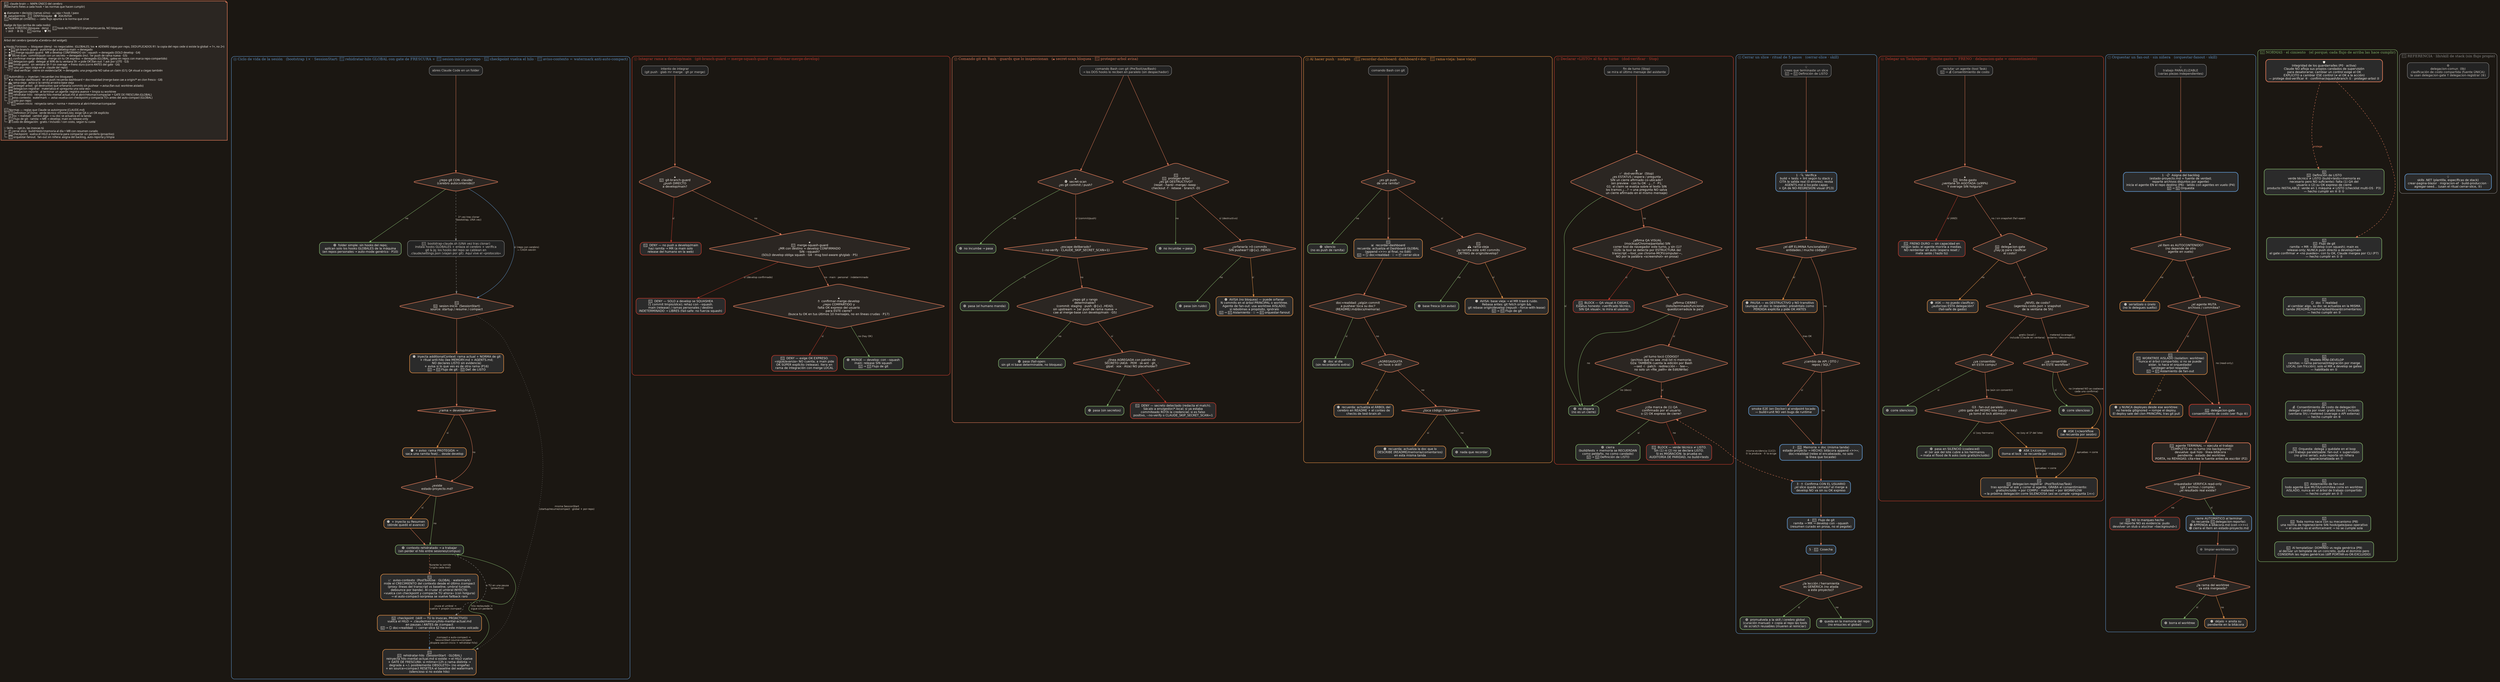
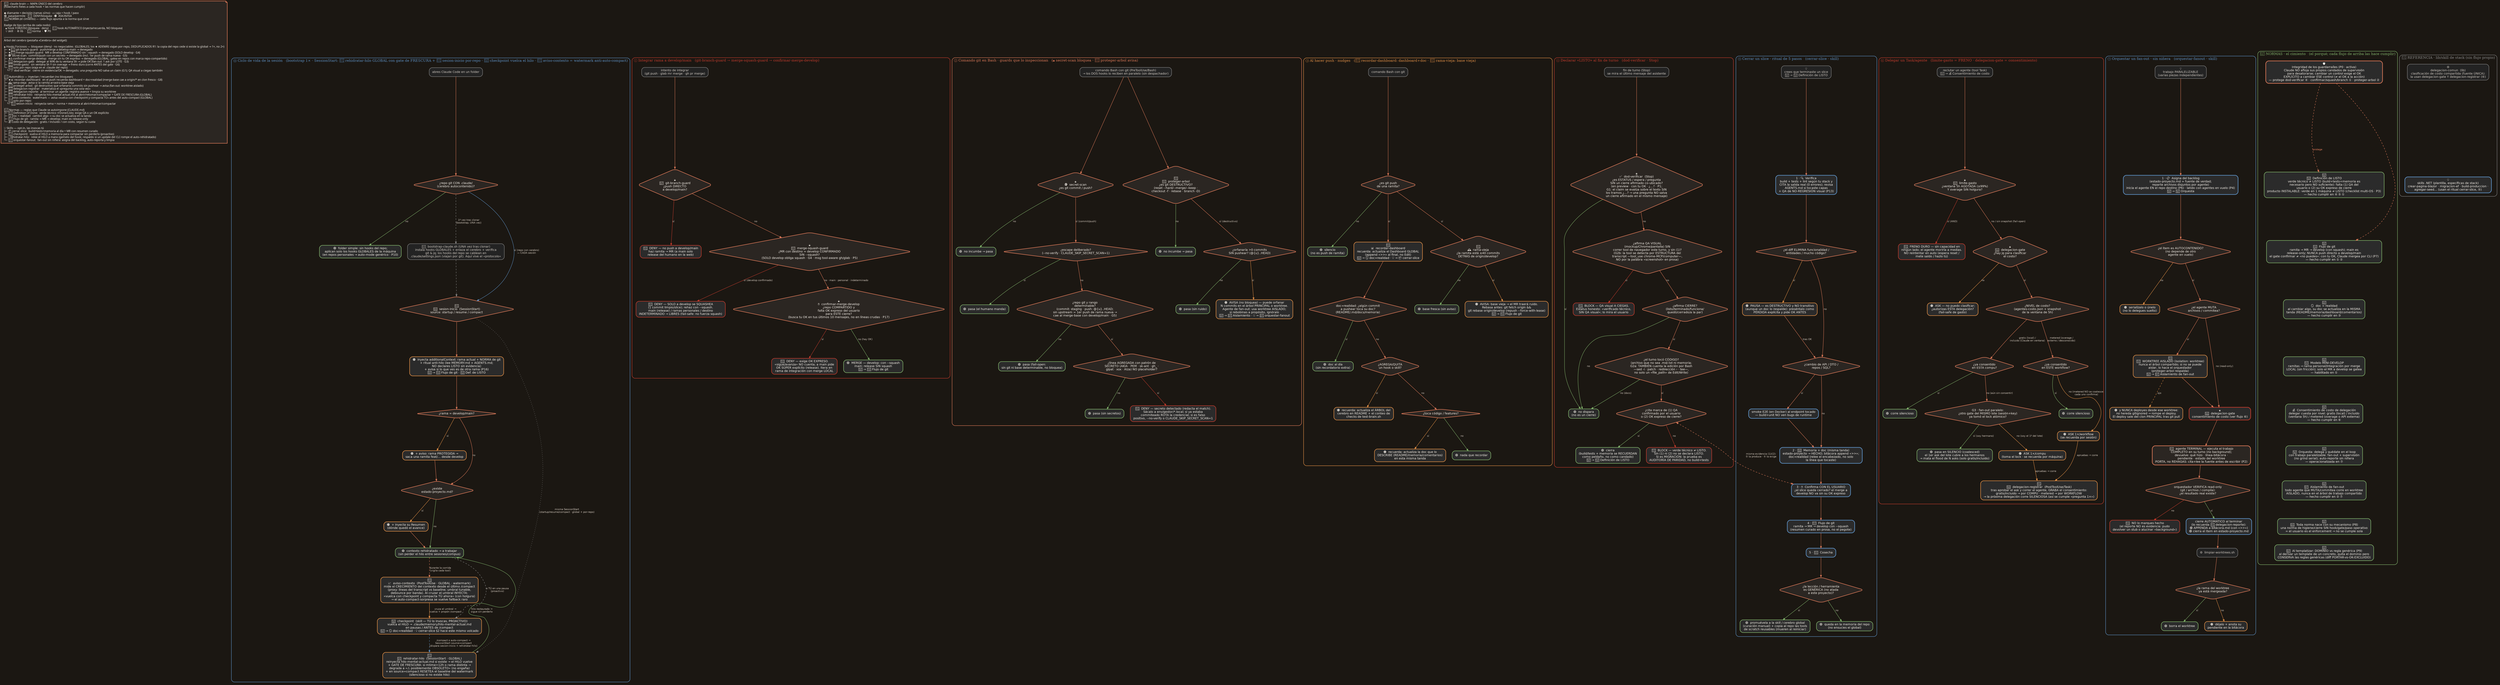
// Mapa del cerebro claude-brain — MAPA ÚNICO (fuente de verdad; el .graphml de yEd se genera de aquí).
// Contiene TODO: los flowcharts de decisión (⓪–⑦, fieles a la lógica real de cada hook leída del .sh)
// + las NORMAS que hacen cumplir (el cimiento) + la referencia de lib/skill de stack.
// diamante = decisión con ramas sí/no · caja = hook/paso · 🟢 pasa · 🔴 DENY · 🟠 ASK/AVISA · 📜 norma.
// Familias: sesión (⓪) · git (①②③) · «terminado» (④⑤) · delegación (⑥⑦).
// El ancho del render de Graphviz NO importa: en yEd se acomoda POR FLUJO (no en una tira).
// Lenguaje visual del README/widget.  Render: dot -Tpng docs/mapa-flujos.dot -o docs/mapa-flujos.png
digraph flujos {
  rankdir=TB;
  bgcolor="#1B1712";
  compound=true;
  nodesep=0.35;
  ranksep=0.55;
  splines=true;
  node [shape=box style="rounded,filled" fillcolor="#2B2B2B" fontcolor="#F2EDE6"
        fontname="Helvetica" fontsize=12 margin="0.16,0.09" penwidth=2];
  edge [color="#D97757" fontcolor="#C9BFB4" fontname="Helvetica" fontsize=10 penwidth=1.3 arrowsize=0.8];

  LEG [shape=note fillcolor="#2B2622" color="#D97757" penwidth=2 fontcolor="#F2EDE6" fontname="Menlo" fontsize=11
-        label="🧠  claude-brain — MAPA ÚNICO del cerebro\l(flowcharts fieles a cada hook + las normas que hacen cumplir)\l\l◆ diamante = decisión (ramas sí/no) · ▭ caja = hook / paso\l🟢  pasa/permite · 🔴  DENY/bloquea · 🟠  ASK/AVISA\l📜 NORMA (el cimiento) — cada flujo apunta a la norma que sirve\l\lBadge de tipo (arriba de cada nodo):\l  🔒 hook FORZOSO (bloquea · deny)  ·  🔔 hook AUTOMÁTICO (inyecta/recuerda, NO bloquea)\l  💡 skill  ·  ⚙ lib  ·  📜 norma  ·  🛡 P0\l\l────────────────────────────────────────────────────────\lÁrbol del cerebro (pestaña «Cerebro» del widget):\l\l🔒 Hooks Forzosos — bloquean (deny) · no negociables  (GLOBALES; los ★ ADEMÁS viajan por-repo, DEDUPLICADOS R1: la copia del repo cede si existe la global → 1×, no 2×)\l├─ ★🚧 git-branch-guard:  push/merge a develop·main → denegado\l├─ ★🔗 merge-squash-guard:  MR a develop CONFIRMADO sin --squash → denegado (SOLO develop · G4)\l├─ 🕵️ secret-scan:  commit/push con un secreto → denegado (incl. 1er push de rama nueva · G5)\l├─ ★✋ confirmar-merge-develop:  merge sin tu OK expreso → denegado (GLOBAL; gatea en repos con marca repo-compartido)\l├─ 💸 delegacion-gate:  delegar al 90% de tu ventana 5h → pide OK (fan-out: 1 ask por LOTE · G3)\l├─ 🛑 limite-gasto:  sin ventana 5h Y sin overage → freno duro (corre ANTES del gate · G6)\l└─ 📁 solo por-repo (viaja en el .claude del repo):\l   └─ ✅ dod-verificar:  cierre sin evidencia/OK → denegado; una pregunta NO salva un claim (G1); QA visual a ciegas también\l\l🔔 Automático — inyectan / recuerdan (no bloquean)\l├─ ★📊 recordar-dashboard:  en el push recuerda dashboard + doc=realidad (merge-base cae a origin/* en clon fresco · G8)\l├─ 🕰️ rama-vieja:  avisa si la ramita arrastra base vieja\l├─ 🌳 proteger-arbol:  git destructivo que orfanaría commits sin pushear → avisa (fan-out: worktree aislado)\l├─ 📝 delegacion-registrar:  materializa el «pregunta una sola vez»\l├─ 📮 delegacion-reporte:  al terminar un agente: registra avance + limpia su worktree\l├─ 🧵 rehidratar-hilo:  reinyecta hilo-mental-actual.md al abrir/retomar/compactar + GATE DE FRESCURA (GLOBAL)\l├─ 📈 aviso-contexto:  watermark — avisa «vuelca con checkpoint y compacta TÚ» antes del auto-compact (GLOBAL)\l└─ 📁 solo por-repo:\l   └─ 🧭 sesion-inicio:  reinyecta rama + norma + memoria al abrir/retomar/compactar\l\l📜 Normas — reglas que Claude se autoimpone (CLAUDE.md)\l├─ 🎯 Definition of Done:  verde técnico ≠ Done/Listo; exige QA o un OK explícito\l├─ 🪞 Doc = realidad:  cambió algo → su doc se actualiza en la tanda\l├─ 🌿 Flujo de git:  ramita → MR → develop; main es release-only\l└─ 💰 Costo de delegación:  gratis / incluido / con costo, según tu cuota\l\l💡 Skills — opt-in, las invocas tú\l├─ 📦 cerrar-slice:  build+tests+memoria al día + MR con resumen curado\l├─ 💾 checkpoint:  vuelca el HILO a memoria para compactar sin perderlo (proactivo)\l└─ 🧵 orquestar-fanout:  fan-out sin niñera: asigna del backlog, auto-reporta y limpia\l"];
+        label="🧠  claude-brain — MAPA ÚNICO del cerebro\l(flowcharts fieles a cada hook + las normas que hacen cumplir)\l\l◆ diamante = decisión (ramas sí/no) · ▭ caja = hook / paso\l🟢  pasa/permite · 🔴  DENY/bloquea · 🟠  ASK/AVISA\l📜 NORMA (el cimiento) — cada flujo apunta a la norma que sirve\l\lBadge de tipo (arriba de cada nodo):\l  🔒 hook FORZOSO (bloquea · deny)  ·  🔔 hook AUTOMÁTICO (inyecta/recuerda, NO bloquea)\l  💡 skill  ·  ⚙ lib  ·  📜 norma  ·  🛡 P0\l\l────────────────────────────────────────────────────────\lÁrbol del cerebro (pestaña «Cerebro» del widget):\l\l🔒 Hooks Forzosos — bloquean (deny) · no negociables  (GLOBALES; los ★ ADEMÁS viajan por-repo, DEDUPLICADOS R1: la copia del repo cede si existe la global → 1×, no 2×)\l├─ ★🚧 git-branch-guard:  push/merge a develop·main → denegado\l├─ ★🔗 merge-squash-guard:  MR a develop CONFIRMADO sin --squash → denegado (SOLO develop · G4)\l├─ 🕵️ secret-scan:  commit/push con un secreto → denegado (incl. 1er push de rama nueva · G5)\l├─ ★✋ confirmar-merge-develop:  merge sin tu OK expreso → denegado (GLOBAL; gatea en repos con marca repo-compartido)\l├─ 💸 delegacion-gate:  delegar al 90% de tu ventana 5h → pide OK (fan-out: 1 ask por LOTE · G3)\l├─ 🛑 limite-gasto:  sin ventana 5h Y sin overage → freno duro (corre ANTES del gate · G6)\l└─ 📁 solo por-repo (viaja en el .claude del repo):\l   └─ ✅ dod-verificar:  cierre sin evidencia/OK → denegado; una pregunta NO salva un claim (G1); QA visual a ciegas también\l\l🔔 Automático — inyectan / recuerdan (no bloquean)\l├─ ★📊 recordar-dashboard:  en el push recuerda dashboard + doc=realidad (merge-base cae a origin/* en clon fresco · G8)\l├─ 🕰️ rama-vieja:  avisa si la ramita arrastra base vieja\l├─ 🌳 proteger-arbol:  git destructivo que orfanaría commits sin pushear → avisa (fan-out: worktree aislado)\l├─ 📝 delegacion-registrar:  materializa el «pregunta una sola vez»\l├─ 📮 delegacion-reporte:  al terminar un agente: registra avance + limpia su worktree\l├─ 🧵 rehidratar-hilo:  reinyecta hilo-mental-actual.md al abrir/retomar/compactar + GATE DE FRESCURA (GLOBAL)\l├─ 📈 aviso-contexto:  watermark — avisa «vuelca con checkpoint y compacta TÚ» antes del auto-compact (GLOBAL)\l└─ 📁 solo por-repo:\l   └─ 🧭 sesion-inicio:  reinyecta rama + norma + memoria al abrir/retomar/compactar\l\l📜 Normas — reglas que Claude se autoimpone (CLAUDE.md)\l├─ 🎯 Definition of Done:  verde técnico ≠ Done/Listo; exige QA o un OK explícito\l├─ 🪞 Doc = realidad:  cambió algo → su doc se actualiza en la tanda\l├─ 🌿 Flujo de git:  ramita → MR → develop; main es release-only\l└─ 💰 Costo de delegación:  gratis / incluido / con costo, según tu cuota\l\l💡 Skills — opt-in, las invocas tú\l├─ 📦 cerrar-slice:  build+tests+memoria al día + MR con resumen curado\l├─ 💾 checkpoint:  vuelca el HILO a memoria para compactar sin perderlo (proactivo)\l├─ 💧 rehidratar-hilo:  relee el HILO a mano (gemelo del hook; respaldo si un update del CLI rompe el auto-rehidratado)\l└─ 🧵 orquestar-fanout:  fan-out sin niñera: asigna del backlog, auto-reporta y limpia\l"];

  // ===================== ⓪ CICLO DE VIDA DE LA SESIÓN =====================
  subgraph cluster_f0 {
    label="⓪ Ciclo de vida de la sesión   (bootstrap 1× · SessionStart: 🔔 rehidratar-hilo GLOBAL con gate de FRESCURA + 🔔 sesion-inicio por-repo · 💾 checkpoint vuelca el hilo · 🔔 aviso-contexto = watermark anti-auto-compact)";
    labeljust="l"; fontcolor="#5B8DBF"; fontsize=14; color="#5B8DBF"; style="rounded"; penwidth=1.6; margin=16;

    Z_OPEN [shape=box color="#8A8A8A" fillcolor="#232323" fontcolor="#CFC8C0" penwidth=1.5 label="abres Claude Code en un folder"];
    Z_GIT  [shape=diamond fillcolor="#2B2622" color="#D97757" penwidth=2 label="¿repo git CON .claude/\n(cerebro autocontenido)?"];
    Z_PLAIN [color="#7FB069" label="🟢  folder simple: sin hooks del repo;\naplican solo los hooks GLOBALES de la máquina\n(en repos personales → auto-mode genérico · P10)"];
    Z_BOOT [color="#8A8A8A" fillcolor="#232323" fontcolor="#CFC8C0" penwidth=1.5 label="🔧  bootstrap-claude.sh (UNA vez tras clonar)\ninstala hooks GLOBALES + enlaza el cerebro + verifica\ngit & jq; los hooks del repo se cablean en\n.claude/settings.json (viajan por git). Aquí vive el «protocolo»"];

    Z_START [shape=diamond fillcolor="#2B2622" color="#D97757" penwidth=2 label="🔔\n🧭  sesion-inicio  (SessionStart)\nsource: startup / resume / compact"];
    Z_INJECT [color="#E08E45" label="🟠  inyecta additionalContext: rama actual + NORMA de git\n+ ritual anti-hilo (lee MEMORY.md + AGENTS.md;\nNO declares LISTO sin evidencia)\n+ avisa si lo que ves es de otra rama (P16)\n📜 → 🌿 Flujo de git · 🎯 Def. de LISTO"];
    Z_PROT [shape=diamond fillcolor="#2B2622" color="#D97757" penwidth=2 label="¿rama = develop/main?"];
    Z_PROTW [color="#E08E45" label="🟠  + aviso: rama PROTEGIDA →\nsaca una ramita feat/… desde develop"];
    Z_EST [shape=diamond fillcolor="#2B2622" color="#D97757" penwidth=2 label="¿existe\nestado-proyecto.md?"];
    Z_ESTW [color="#E08E45" label="🟠  + inyecta su Resumen\n(dónde quedó el avance)"];
    Z_READY [color="#7FB069" label="🟢  contexto rehidratado → a trabajar\n(sin perder el hilo entre sesiones/compus)"];

    Z_AVISO [color="#E08E45" label="🔔\n📈  aviso-contexto  (PostToolUse · GLOBAL · watermark)\nmide el CRECIMIENTO del contexto desde el último /compact\n(proxy: líneas del transcript vs baseline; umbral tunable,\ndebounce por banda). Al cruzar el umbral INYECTA:\n«vuelca con checkpoint y compacta TÚ ahora» (con holgura)\n→ el auto-compact-sorpresa se vuelve fallback raro"];
    Z_CHECK [color="#E08E45" label="💾  checkpoint  (skill — TÚ lo invocas, PROACTIVO)\nvuelca el HILO → .claude/memory/hilo-mental-actual.md\nen pausas / ANTES de /compact\n📜 → 🪞 doc=realidad · 💡 cerrar-slice §2 hace este mismo volcado"];
    Z_REHID [color="#E08E45" label="🔔\n🧵  rehidratar-hilo  (SessionStart · GLOBAL)\nreinyecta hilo-mental-actual.md si existe → el HILO vuelve\n+ GATE DE FRESCURA: si mtime>12h o rama distinta →\ndegrada a «⚠️ posiblemente OBSOLETO» (no engaña)\n+ en source=compact RESETEA el baseline del watermark\n(silencioso si no existe hilo)"];

    Z_OPEN -> Z_GIT;
    Z_GIT -> Z_PLAIN [label="no" color="#7FB069"];
    Z_GIT -> Z_BOOT  [label="1ª vez tras clonar\n(bootstrap, UNA vez)" style=dashed color="#8A8A8A"];
    Z_GIT -> Z_START [label="sí (repo con cerebro)\n— CADA sesión" color="#5B8DBF"];
    Z_BOOT -> Z_START [style=dashed color="#8A8A8A"];
    Z_START -> Z_INJECT;
    Z_INJECT -> Z_PROT;
    Z_PROT -> Z_PROTW [label="sí" color="#E08E45"];
    Z_PROT -> Z_EST   [label="no"];
    Z_PROTW -> Z_EST;
    Z_EST -> Z_ESTW  [label="sí" color="#E08E45"];
    Z_EST -> Z_READY [label="no" color="#7FB069"];
    Z_ESTW -> Z_READY;
    Z_READY -> Z_AVISO [label="durante la corrida\n(vigila cada tool)" style=dashed];
    Z_AVISO -> Z_CHECK [label="cruza el umbral →\nvuelca + propón /compact" color="#E08E45"];
    Z_READY -> Z_CHECK [label="o TÚ en una pausa\n(proactivo)" style=dashed color="#8A8A8A" constraint=false];
    Z_CHECK -> Z_REHID [label="/compact o auto-compact →\nSessionStart source=compact\n(dispara sesion-inicio + rehidratar-hilo)" style=dashed color="#5B8DBF"];
    Z_REHID -> Z_READY [label="hilo restaurado →\nsigue sin perderlo" color="#7FB069" constraint=false];
    Z_START -> Z_REHID [label="misma SessionStart\n(startup/resume/compact · global + por-repo)" style=dotted color="#8A8A8A" constraint=false];
  }

  // ===================== ① INTEGRAR a develop/main =====================
  subgraph cluster_f1 {
    label="① Integrar rama a develop/main   (git-branch-guard → merge-squash-guard → confirmar-merge-develop)";
    labeljust="l"; fontcolor="#C0392B"; fontsize=14; color="#C0392B"; style="rounded"; penwidth=1.6; margin=16;

    G1_IN  [shape=box color="#8A8A8A" fillcolor="#232323" fontcolor="#CFC8C0" penwidth=1.5 label="intento de integrar\n(git push · glab mr merge · gh pr merge)"];
    G1_D1  [shape=diamond fillcolor="#2B2622" color="#D97757" penwidth=2 label="🔒\n🚧  git-branch-guard\n¿push DIRECTO\na develop/main?"];
    G1_DENY1 [color="#C0392B" label="🔴  DENY — no push a develop/main\nhaz ramita → MR (a main solo\nrelease del humano en la web)"];
    G1_D2  [shape=diamond fillcolor="#2B2622" color="#D97757" penwidth=2 label="🔒\n🔗  merge-squash-guard\n¿MR con destino = develop CONFIRMADO\nSIN --squash?\n(SOLO develop obliga squash · G4 · msg tool-aware gh/glab · P5)"];
    G1_DENY2 [color="#C0392B" label="🔴  DENY — SOLO a develop se SQUASHEA\n(1 commit limpio/slice); rehaz con --squash.\nmain (release) / ramas personales / destino\nINDETERMINADO → LIBRES (fail-safe: no fuerza squash)"];
    G1_D3  [shape=diamond fillcolor="#2B2622" color="#D97757" penwidth=2 label="🔒\n✋  confirmar-merge-develop\n¿repo COMPARTIDO y\nfalta OK expreso del usuario\npara ESTE cierre?\n(busca tu OK en tus últimos 10 mensajes, no en líneas crudas · P17)"];
    G1_DENY3 [color="#C0392B" label="🔴  DENY — exige OK EXPRESO.\n«sigue/avanza» NO cuenta; a main pide\nOK SÚPER explícito (release). Itera en\nrama de integración con merge LOCAL"];
    G1_OK  [color="#7FB069" label="🟢  MERGE — develop: con --squash\nmain: release SIN squash\n📜 → 🌿 Flujo de git"];

    G1_IN -> G1_D1;
    G1_D1 -> G1_DENY1 [label="sí" color="#C0392B"];
    G1_D1 -> G1_D2    [label="no"];
    G1_D2 -> G1_DENY2 [label="sí (develop confirmado)" color="#C0392B"];
    G1_D2 -> G1_D3    [label="no · main · personal · indeterminado"];
    G1_D3 -> G1_DENY3 [label="sí" color="#C0392B"];
    G1_D3 -> G1_OK    [label="no (hay OK)" color="#7FB069"];
  }

  // ===================== ② COMANDO GIT EN BASH — dos guards PARALELOS e independientes ==========
  // secret-scan (🔒 bloquea) y proteger-arbol (🔔 avisa) son DOS PreToolUse/Bash separados que reciben
  // la MISMA entrada; NO hay despachador — cada hook filtra por su cuenta si el comando le incumbe.
  subgraph cluster_f2 {
    label="② Comando git en Bash · guards que lo inspeccionan   (🔒 secret-scan bloquea · 🔔 proteger-arbol avisa)";
    labeljust="l"; fontcolor="#D97757"; fontsize=14; color="#D97757"; style="rounded"; penwidth=1.6; margin=16;

    GG_IN   [shape=box color="#8A8A8A" fillcolor="#232323" fontcolor="#CFC8C0" penwidth=1.5 label="comando Bash con git (PreToolUse/Bash)\n→ los DOS hooks lo reciben en paralelo (sin despachador)"];

    // --- rama secret-scan (🔒 bloquea) — filtra POR SÍ MISMO si es commit/push ---
    S_IS  [shape=diamond fillcolor="#2B2622" color="#D97757" penwidth=2 label="🔒\n🕵  secret-scan\n¿es git commit / push?"];
    S_NA  [color="#7FB069" label="🟢  no incumbe → pasa"];
    S_D2  [shape=diamond fillcolor="#2B2622" color="#D97757" penwidth=2 label="¿escape deliberado?\n(--no-verify · CLAUDE_SKIP_SECRET_SCAN=1)"];
    S_PASA2 [color="#7FB069" label="🟢  pasa (el humano manda)"];
    S_D3  [shape=diamond fillcolor="#2B2622" color="#D97757" penwidth=2 label="¿repo git y rango\ndeterminable?\n(commit: staging · push: @{u}..HEAD;\nsin upstream = 1er push de rama nueva →\ncae al merge-base con develop/main · G5)"];
    S_PASA3 [color="#7FB069" label="🟢  pasa (fail-open:\nsin git ni base determinable, no bloquea)"];
    S_D4  [shape=diamond fillcolor="#2B2622" color="#D97757" penwidth=2 label="¿línea AGREGADA con patrón de\nSECRETO (AKIA · PEM · sk-ant · gh_ ·\nglpat · xox · AIza) NO placeholder?"];
    S_PASA4 [color="#7FB069" label="🟢  pasa (sin secretos)"];
    S_DENY [color="#C0392B" label="🔴  DENY — secreto detectado (redacta el match).\nSácalo a env/gestor/*.local; si ya estaba\ncommiteado ROTA la credencial; si es falso\npositivo, --no-verify o CLAUDE_SKIP_SECRET_SCAN=1"];

    // --- rama proteger-arbol (🔔 avisa) — filtra POR SÍ MISMO si es destructivo ---
    A_IS  [shape=diamond fillcolor="#2B2622" color="#D97757" penwidth=2 label="🔔\n🌳  proteger-arbol\n¿es git DESTRUCTIVO?\n(reset --hard/--merge/--keep ·\ncheckout -f · rebase · branch -D)"];
    A_NA  [color="#7FB069" label="🟢  no incumbe → pasa"];
    A_D2  [shape=diamond fillcolor="#2B2622" color="#D97757" penwidth=2 label="¿orfanaría >0 commits\nSIN pushear? (@{u}..HEAD)"];
    A_PASA [color="#7FB069" label="🟢  pasa (sin ruido)"];
    A_WARN [color="#E08E45" label="🟠  AVISA (no bloquea) — puede orfanar\nN commits en el árbol PRINCIPAL o worktree.\nAgente de fan-out: usa worktree AISLADO;\nsi rebobinas a propósito, ignóralo\n📜 → 🧱 Aislamiento · 💡 → 🧵 orquestar-fanout"];

    GG_IN -> S_IS;   // los dos hooks reciben la MISMA entrada, en paralelo
    GG_IN -> A_IS;

    S_IS -> S_NA [label="no" color="#7FB069"];
    S_IS -> S_D2 [label="sí (commit/push)"];
    S_D2 -> S_PASA2 [label="sí" color="#7FB069"];
    S_D2 -> S_D3    [label="no"];
    S_D3 -> S_PASA3 [label="no" color="#7FB069"];
    S_D3 -> S_D4    [label="sí"];
    S_D4 -> S_PASA4 [label="no" color="#7FB069"];
    S_D4 -> S_DENY  [label="sí" color="#C0392B"];

    A_IS -> A_NA [label="no" color="#7FB069"];
    A_IS -> A_D2 [label="sí (destructivo)"];
    A_D2 -> A_PASA [label="no" color="#7FB069"];
    A_D2 -> A_WARN [label="sí" color="#E08E45"];
  }

  // ===================== ③ AL HACER PUSH — nudges (recordar-dashboard + rama-vieja) =====================
  subgraph cluster_f3 {
    label="③ Al hacer push · nudges   (🔔 recordar-dashboard: dashboard+doc · 🔔 rama-vieja: base vieja)";
    labeljust="l"; fontcolor="#E08E45"; fontsize=14; color="#E08E45"; style="rounded"; penwidth=1.6; margin=16;

    G6_IN  [shape=box color="#8A8A8A" fillcolor="#232323" fontcolor="#CFC8C0" penwidth=1.5 label="comando Bash con git"];
    G6_PUSH [shape=diamond fillcolor="#2B2622" color="#D97757" penwidth=2 label="¿es git push\nde una ramita?"];
    G6_SIL [color="#7FB069" label="🟢  silencio\n(no es push de ramita)"];

    // --- rama recordar-dashboard ---
    G6_DASH [color="#E08E45" label="🔔\n📊  recordar-dashboard\nrecuerda: actualiza el Dashboard GLOBAL\n(append «>>» al final, no Edit)\n📜 → 🪞 doc=realidad · 💡 → 📦 cerrar-slice"];
    G6_D2  [shape=diamond fillcolor="#2B2622" color="#D97757" penwidth=2 label="doc=realidad: ¿algún commit\na pushear toca su doc?\n(README/.md/docs/memoria)"];
    G6_OK  [color="#7FB069" label="🟢  doc al día\n(sin recordatorio extra)"];
    G6_D3  [shape=diamond fillcolor="#2B2622" color="#D97757" penwidth=2 label="¿AGREGA/QUITA\nun hook o skill?"];
    G6_HOOK [color="#E08E45" label="🟠  recuerda: actualiza el ÁRBOL del\ncerebro en README + el conteo de\nchecks de test-brain.sh"];
    G6_D4  [shape=diamond fillcolor="#2B2622" color="#D97757" penwidth=2 label="¿toca código / features?"];
    G6_CODE [color="#E08E45" label="🟠  recuerda: actualiza la doc que lo\nDESCRIBE (README/memoria/comentarios)\nen esta misma tanda"];
    G6_NA  [color="#7FB069" label="🟢  nada que recordar"];

    // --- rama rama-vieja ---
    G6_RV  [shape=diamond fillcolor="#2B2622" color="#D97757" penwidth=2 label="🔔\n🕰  rama-vieja\n¿la ramita está ≥40 commits\nDETRÁS de origin/develop?"];
    G6_RV_OK [color="#7FB069" label="🟢  base fresca (sin aviso)"];
    G6_RV_WARN [color="#E08E45" label="🟠  AVISA: base vieja → el MR traerá ruido.\nRebasa antes: git fetch origin &&\ngit rebase origin/develop (repush --force-with-lease)\n📜 → 🌿 Flujo de git"];

    G6_IN -> G6_PUSH;
    G6_PUSH -> G6_SIL  [label="no" color="#7FB069"];
    G6_PUSH -> G6_DASH [label="sí"];
    G6_PUSH -> G6_RV   [label="sí"];
    G6_DASH -> G6_D2;
    G6_D2 -> G6_OK   [label="sí" color="#7FB069"];
    G6_D2 -> G6_D3   [label="no"];
    G6_D3 -> G6_HOOK [label="sí" color="#E08E45"];
    G6_D3 -> G6_D4   [label="no"];
    G6_D4 -> G6_CODE [label="sí" color="#E08E45"];
    G6_D4 -> G6_NA   [label="no" color="#7FB069"];
    G6_RV -> G6_RV_OK   [label="no" color="#7FB069"];
    G6_RV -> G6_RV_WARN [label="sí" color="#E08E45"];
  }

  // ===================== ④ DECLARAR «LISTO» al fin de turno (dod-verificar · Stop) =====================
  subgraph cluster_f4 {
    label="④ Declarar «LISTO» al fin de turno   (dod-verificar · Stop)";
    labeljust="l"; fontcolor="#C0392B"; fontsize=14; color="#C0392B"; style="rounded"; penwidth=1.6; margin=16;

    G2_IN  [shape=box color="#8A8A8A" fillcolor="#232323" fontcolor="#CFC8C0" penwidth=1.5 label="fin de turno (Stop)\nse mira el último mensaje del asistente"];
    G2_D0  [shape=diamond fillcolor="#2B2622" color="#D97757" penwidth=2 label="🔒\n✅  dod-verificar  (Stop)\n¿es ESTATUS / espera / pregunta\nSIN un cierre afirmado co-ubicado?\n(en preview · con tu OK · ¿…? · P1;\nG1: el claim se evalúa sobre el texto SIN\nlos tramos ¿…? → una pregunta NO salva\nun cierre afirmado en el mismo mensaje)"];
    G2_ESC [color="#7FB069" label="🟢  no dispara\n(no es un cierre)"];
    G2_D1  [shape=diamond fillcolor="#2B2622" color="#D97757" penwidth=2 label="¿afirma QA VISUAL\n(mockup/Chrome/pantalla) SIN\ncorrer tool de navegador este turno, y sin (1)?\n(G2b: la tool se detecta por ESTRUCTURA del\ntranscript —tool_use chrome-MCP/computer—,\nNO por la palabra «screenshot» en prosa)"];
    G2_VIS [color="#C0392B" label="🔴  BLOCK — QA visual A CIEGAS.\nEstatus honesto: «verificado técnico,\nSIN QA visual»; lo mira el usuario"];
    G2_D2  [shape=diamond fillcolor="#2B2622" color="#D97757" penwidth=2 label="¿afirma CIERRE?\n(listo/terminado/funciona/\nquedó/cerrado/a la par)"];
    G2_D3  [shape=diamond fillcolor="#2B2622" color="#D97757" penwidth=2 label="¿el turno tocó CÓDIGO?\n(archivo que no sea .md/.txt ni memoria;\nG2a: TAMBIÉN cuenta la edición por Bash\n—sed -i · patch · redirección › · tee—,\nno solo un «file_path» de Edit/Write)"];
    G2_D4  [shape=diamond fillcolor="#2B2622" color="#D97757" penwidth=2 label="¿cita marca de (1) QA\nconfirmado por el usuario\no (2) OK expreso de cierre?"];
    G2_OK  [color="#7FB069" label="🟢  cierra\n(build/tests + memoria se RECUERDAN\ncomo peldaño, no como candado)\n📜 → 🎯 Definición de LISTO"];
    G2_DENY [color="#C0392B" label="🔴  BLOCK — verde técnico ≠ LISTO.\nSin (1) ni (2) no se declara LISTO.\nSi es MIGRACIÓN: la prueba es\nAUDITORÍA DE PARIDAD, no build+tests"];

    G2_IN -> G2_D0;
    G2_D0 -> G2_ESC [label="sí" color="#7FB069"];
    G2_D0 -> G2_D1  [label="no"];
    G2_D1 -> G2_VIS [label="sí" color="#C0392B"];
    G2_D1 -> G2_D2  [label="no"];
    G2_D2 -> G2_ESC [label="no" color="#7FB069"];
    G2_D2 -> G2_D3  [label="sí"];
    G2_D3 -> G2_ESC [label="no (docs)" color="#7FB069"];
    G2_D3 -> G2_D4  [label="sí"];
    G2_D4 -> G2_OK   [label="sí" color="#7FB069"];
    G2_D4 -> G2_DENY [label="no" color="#C0392B"];
  }

  // ===================== ⑤ CERRAR UN SLICE (ritual de 5 pasos · cerrar-slice) =====================
  subgraph cluster_f5 {
    label="⑤ Cerrar un slice · ritual de 5 pasos   (cerrar-slice · skill)";
    labeljust="l"; fontcolor="#5B8DBF"; fontsize=14; color="#5B8DBF"; style="rounded"; penwidth=1.6; margin=16;

    C_IN [shape=box color="#8A8A8A" fillcolor="#232323" fontcolor="#CFC8C0" penwidth=1.5 label="💡\ncrees que terminaste un slice\n📜 → 🎯 Definición de LISTO"];
    C1 [color="#5B8DBF" penwidth=2.5 label="1 · 🔍  Verifica\nbuild + tests + lint según tu stack y\nCITA la salida real (0 errores); revisa\nAGENTS.md si tocaste capas\n+ QA de NO-REGRESIÓN visual (P13)"];
    C_DESTR [shape=diamond fillcolor="#2B2622" color="#D97757" penwidth=2 label="¿el diff ELIMINA funcionalidad /\nentidades / mucho código?"];
    C_PAUSA [color="#E08E45" label="🟠  PAUSA — es DESTRUCTIVO y NO transitivo\n(aunque un doc lo respalde): preséntalo como\nPÉRDIDA explícita y pide OK ANTES"];
    C_API [shape=diamond fillcolor="#2B2622" color="#D97757" penwidth=2 label="¿cambio de API / DTO /\nrepos / SQL?"];
    C_SMOKE [color="#5B8DBF" penwidth=2.5 label="smoke E2E (en Docker) al endpoint tocado\n— build+unit NO ven bugs de runtime"];
    C2 [color="#5B8DBF" penwidth=2.5 label="2 · 📝  Memoria + doc (misma tanda)\nestado-proyecto → HECHO; bitácora append «>>»;\ndoc=realidad (relee el encabezado, no solo\nla línea que tocaste)"];
    C3 [color="#5B8DBF" penwidth=2.5 label="3 · ✋  Confirma CON EL USUARIO\n¿el slice queda cerrado? el merge a\ndevelop NO va sin su OK expreso"];
    C4 [color="#5B8DBF" penwidth=2.5 label="4 · 🔗  Flujo de git\nramita → MR → develop con --squash\n(resumen curado en prosa, no el pegote)"];
    C5 [color="#5B8DBF" penwidth=2.5 label="5 · 🌱  Cosecha"];
    C_GEN [shape=diamond fillcolor="#2B2622" color="#D97757" penwidth=2 label="¿la lección / herramienta\nes GENÉRICA (no atada\na este proyecto)?"];
    C_PROM [color="#7FB069" label="🟢  promuévela a la skill / cerebro global\n(curación manual) + copia al repo las tools\nde scratch reusables (mueren al reiniciar)"];
    C_LOCAL [color="#7FB069" label="🟢  queda en la memoria del repo\n(no ensucies el global)"];

    C_IN -> C1;
    C1 -> C_DESTR;
    C_DESTR -> C_PAUSA [label="sí" color="#E08E45"];
    C_DESTR -> C_API   [label="no"];
    C_PAUSA -> C_API   [label="tras OK"];
    C_API -> C_SMOKE [label="sí"];
    C_API -> C2      [label="no"];
    C_SMOKE -> C2;
    C2 -> C3 -> C4 -> C5;
    C5 -> C_GEN;
    C_GEN -> C_PROM  [label="sí" color="#7FB069"];
    C_GEN -> C_LOCAL [label="no" color="#7FB069"];
  }

  // ===================== ⑥ DELEGAR un Task/agente (limite-gasto + delegacion-gate) =====================
  subgraph cluster_f6 {
    label="⑥ Delegar un Task/agente   (limite-gasto = FRENO · delegacion-gate = consentimiento)";
    labeljust="l"; fontcolor="#C0392B"; fontsize=14; color="#C0392B"; style="rounded"; penwidth=1.6; margin=16;

    G3_IN  [shape=box color="#8A8A8A" fillcolor="#232323" fontcolor="#CFC8C0" penwidth=1.5 label="reclutar un agente (tool Task)\n📜 → 💰 Consentimiento de costo"];
    G3_D1  [shape=diamond fillcolor="#2B2622" color="#D97757" penwidth=2 label="🔒\n🛑  limite-gasto\n¿ventana 5h AGOTADA (≥99%)\nY overage SIN holgura?"];
    G3_FRENO [color="#C0392B" label="🔴  FRENO DURO — sin capacidad en\nningún lado; el agente moriría a medias.\nNO reintentar en auto (espera reset /\nmete saldo / hazlo tú)"];
    G3_D2  [shape=diamond fillcolor="#2B2622" color="#D97757" penwidth=2 label="🔒\n💸  delegacion-gate\n¿hay jq para clasificar\nel costo?"];
    G3_ASK0 [color="#E08E45" label="🟠  ASK — no puedo clasificar;\n¿autorizas ESTA delegación?\n(fail-safe de gasto)"];
    G3_NIVEL [shape=diamond fillcolor="#2B2622" color="#D97757" penwidth=2 label="¿NIVEL de costo?\n(agentes-costo.json + snapshot\nde la ventana de 5h)"];
    G3_CG  [shape=diamond fillcolor="#2B2622" color="#D97757" penwidth=2 label="¿ya consentido\nen ESTA compu?"];
    G3_CM  [shape=diamond fillcolor="#2B2622" color="#D97757" penwidth=2 label="¿ya consentido\nen ESTE workflow?"];
    G3_RUN1 [color="#7FB069" label="🟢  corre silencioso"];
    G3_COAL [shape=diamond fillcolor="#2B2622" color="#D97757" penwidth=2 label="G3 · fan-out paralelo:\n¿otro gate del MISMO lote (sesión+key)\nya tomó el lock atómico?"];
    G3_SIL  [color="#7FB069" label="🟢  pasa en SILENCIO (coalesced)\nel 1er ask del lote cubre a los hermanos\n→ mata el flood de N asks (solo gratis/incluido)"];
    G3_ASK1 [color="#E08E45" label="🟠  ASK 1×/compu\n(toma el lock · se recuerda por máquina)"];
    G3_RUN2 [color="#7FB069" label="🟢  corre silencioso"];
    G3_ASK2 [color="#E08E45" label="🟠  ASK 1×/workflow\n(se recuerda por sesión)"];
    G3_REG  [color="#E08E45" label="🔔\n📝  delegacion-registrar  (PostToolUse/Task)\ntras aprobar el ask y correr el agente, GRABA el consentimiento:\ngratis/incluido → por COMPU · metered → por WORKFLOW\n→ la próxima delegación corre SILENCIOSA (así se cumple «pregunta 1×»)"];

    G3_IN -> G3_D1;
    G3_D1 -> G3_FRENO [label="sí (AND)" color="#C0392B"];
    G3_D1 -> G3_D2    [label="no / sin snapshot (fail-open)"];
    G3_D2 -> G3_ASK0  [label="no" color="#E08E45"];
    G3_D2 -> G3_NIVEL [label="sí"];
    G3_NIVEL -> G3_CG [label="gratis (local) /\nincluido (Claude en ventana)"];
    G3_NIVEL -> G3_CM [label="metered (overage /\nexterno / desconocido)"];
    G3_CG -> G3_RUN1 [label="sí" color="#7FB069"];
    G3_CG -> G3_COAL [label="no (aún sin consentir)"];
    G3_COAL -> G3_SIL  [label="sí (soy hermano)" color="#7FB069"];
    G3_COAL -> G3_ASK1 [label="no (soy el 1º del lote)" color="#E08E45"];
    G3_CM -> G3_RUN2 [label="sí" color="#7FB069"];
    G3_CM -> G3_ASK2 [label="no (metered NO se coalesce:\ncada uno confirma)" color="#E08E45"];
    G3_ASK1 -> G3_REG [label="apruebas → corre" color="#E08E45"];
    G3_ASK2 -> G3_REG [label="apruebas → corre" color="#E08E45"];
  }

  // ===================== ⑦ ORQUESTAR UN FAN-OUT (sin niñera · orquestar-fanout) =====================
  subgraph cluster_f7 {
    label="⑦ Orquestar un fan-out · sin niñera   (orquestar-fanout · skill)";
    labeljust="l"; fontcolor="#5B8DBF"; fontsize=14; color="#5B8DBF"; style="rounded"; penwidth=1.6; margin=16;

    OF_IN [shape=box color="#8A8A8A" fillcolor="#232323" fontcolor="#CFC8C0" penwidth=1.5 label="💡\ntrabajo PARALELIZABLE\n(varias piezas independientes)"];
    OF_1  [color="#5B8DBF" penwidth=2.5 label="1 · 📋  Asigna del backlog\n(estado-proyecto.md = fuente de verdad;\nreparte archivos disjuntos por agente)\ninicia el agente EN el repo destino (P6) · latido con agentes en vuelo (P4)\n📜 → 🎼 Orquesta"];
    OF_DAUTO [shape=diamond fillcolor="#2B2622" color="#D97757" penwidth=2 label="¿el ítem es AUTOCONTENIDO?\n(no depende de otro\nagente en vuelo)"];
    OF_SER [color="#E08E45" label="🟠  serialízalo o únelo\n(no lo delegues suelto)"];
    OF_DMUT [shape=diamond fillcolor="#2B2622" color="#D97757" penwidth=2 label="¿el agente MUTA\narchivos / commitea?"];
    OF_WT [color="#E08E45" label="🔔\n🌳  WORKTREE AISLADO (isolation: worktree)\nnunca el árbol compartido; si no se puede\naislar, lo hace el orquestador\n(proteger-arbol respalda)\n📜 → 🧱 Aislamiento de fan-out"];
    OF_DEPLOY [color="#E08E45" label="🟠  y NUNCA deployes desde ese worktree:\nno hereda gitignored → rompe el deploy.\nEl deploy sale del clon PRINCIPAL tras git pull"];
    OF_GATE [color="#C0392B" penwidth=2.5 label="🔒\n💸  delegacion-gate\nconsentimiento de costo (ver flujo ⑥)"];
    OF_AG [color="#D97757" fillcolor="#2B2622" penwidth=2.5 label="🤖  agente TERMINAL — ejecuta el trabajo\nCOMPLETO en su turno (no background);\ndevuelve: qué hizo · línea-bitácora ·\npendiente · estado del worktree\nPORTA, no REHAGAS: cita+lee la fuente antes de escribir (P2)"];
    OF_DVER [shape=diamond fillcolor="#2B2622" color="#D97757" penwidth=2 label="orquestador VERIFICA read-only\n(git / archivo / compila):\n¿el resultado real existe?"];
    OF_NO [color="#C0392B" label="🔴  NO lo marques hecho\n(el reporte NO es evidencia: pudo\ndevolver un stub o alucinar «background»)"];
    OF_CIERRE [color="#5B8DBF" penwidth=2.5 label="cierre AUTOMÁTICO al terminar\n(lo recuerda 🔔 delegacion-reporte):\n🟢 APPENDA a bitácora.md (con «>>»)\n🟢 cierra el ítem en estado-proyecto.md"];
    OF_WTC [color="#8A8A8A" fillcolor="#232323" fontcolor="#CFC8C0" penwidth=1.5 label="⚙  limpiar-worktrees.sh"];
    OF_DWT [shape=diamond fillcolor="#2B2622" color="#D97757" penwidth=2 label="¿la rama del worktree\nya está mergeada?"];
    OF_BORRA [color="#7FB069" label="🟢  borra el worktree"];
    OF_DEJA [color="#E08E45" label="🟠  déjalo + anota su\npendiente en la bitácora"];

    OF_IN -> OF_1 -> OF_DAUTO;
    OF_DAUTO -> OF_SER  [label="no" color="#E08E45"];
    OF_DAUTO -> OF_DMUT [label="sí"];
    OF_DMUT -> OF_WT   [label="sí"];
    OF_DMUT -> OF_GATE [label="no (read-only)"];
    OF_WT -> OF_GATE;
    OF_WT -> OF_DEPLOY [label="ojo" color="#E08E45" style=dashed];
    OF_GATE -> OF_AG;
    OF_AG -> OF_DVER;
    OF_DVER -> OF_NO     [label="no" color="#C0392B"];
    OF_DVER -> OF_CIERRE [label="sí" color="#7FB069"];
    OF_CIERRE -> OF_WTC;
    OF_WTC -> OF_DWT;
    OF_DWT -> OF_BORRA [label="sí" color="#7FB069"];
    OF_DWT -> OF_DEJA  [label="no" color="#E08E45"];
  }

  // ===================== 📜 NORMAS — el cimiento (el porqué que los flujos hacen cumplir) =====================
  subgraph cluster_normas {
    label="📜 NORMAS · el cimiento   (el porqué; cada flujo de arriba las hace cumplir)";
    labeljust="l"; fontcolor="#7FB069"; fontsize=14; color="#7FB069"; style="rounded"; penwidth=1.6; margin=16;
    node [color="#7FB069" penwidth=2];
    N_DOD  [label="📜\n🎯  Definición de LISTO\nverde técnico ≠ LISTO (build+tests+memoria es\nnecesario pero NO suficiente): falta (1) QA del\nusuario o (2) su OK expreso de cierre\nproducto INSTALABLE: verde en 1 máquina ≠ LISTO (checklist multi-OS · P3)\n— hecho cumplir en ④ ⑤ ①"];
    N_GIT  [label="📜\n🌿  Flujo de git\nramita → MR → develop (con squash); main es\nrelease-only; NUNCA push directo a develop/main\nel gate confirmar ≠ «no puedes»: con tu OK, Claude mergea por CLI (P7)\n— hecho cumplir en ① ②"];
    N_DOC  [label="📜\n🪞  doc = realidad\nal cambiar algo, su doc se actualiza en la MISMA\ntanda (README/memoria/dashboard/comentarios)\n— hecho cumplir en ③"];
    N_MINI [label="📜\n🌱  Modelo MINI-DEVELOP\nramitas → rama personal/integración por merge\nLOCAL (sin fricción); solo el MR a develop se gatea\n— habilitado en ①"];
    N_COST [label="📜\n💰  Consentimiento de costo de delegación\ndelegar cuesta por nivel: gratis (local) / incluido\n(ventana 5h) / metered (overage o API externa)\n— hecho cumplir en ⑥"];
    N_ORQ  [label="📜\n🎼  Orquesta: delega y quédate en el loop\ncon trabajo paralelizable: fan-out + supervisión\n(no grind serial); auto-reporte sin niñera\n— operacionalizada en ⑦"];
    N_AISL [label="📜\n🧱  Aislamiento de fan-out\ntodo agente que MUTA/commitea corre en worktree\nAISLADO, nunca en el árbol de trabajo compartido\n— hecho cumplir en ② ⑦"];
    N_P0   [color="#D97757" penwidth=2.5 style="rounded,filled"
            label="🛡\nIntegridad de los guardarraíles (P0 · activa)\nClaude NO afloja sus propios candados de supervisión\npara desatorarse; cambiar un control exige el OK\nEXPLÍCITO a cambiar ESE control (≠ el OK a la acción)\n— protege dod-verificar ④ · confirmar/squash/branch ① · proteger-arbol ②"];
    N_MEC  [label="📜\n🧩  Toda norma nace con su mecanismo (P8)\nuna norma de higiene/cierre SIN hook/gate/paso operativo\n= el usuario es el enforcement → no se cumple sola"];

    N_P0 -> N_DOD [label="protege" style=dashed color="#D97757" fontcolor="#D97757" penwidth=1.4 constraint=false];
    N_P0 -> N_GIT [style=dashed color="#D97757" penwidth=1.4 constraint=false];
    // apila las normas en COLUMNA (invisible: solo rango) para que no se vayan a lo ancho
    edge [style=invis];
    N_TPL  [label="📜\n🧬  Al templatizar: DOMINIO vs regla genérica (P9)\nal derivar un template de un concreto, quita el dominio pero\nCONSERVA las reglas genéricas (diff PORTAR-vs-OK-EXCLUIDO)"];
    N_P0 -> N_DOD -> N_GIT -> N_DOC -> N_MINI -> N_COST -> N_ORQ -> N_AISL -> N_MEC -> N_TPL;
    edge [style=solid];
  }

  // ===================== 🔩 REFERENCIA · lib/skill de stack (sin flujo propio) =====================
  subgraph cluster_ref {
    label="🔩 REFERENCIA · lib/skill de stack (sin flujo propio)";
    labeljust="l"; fontcolor="#8A8A8A"; fontsize=14; color="#8A8A8A"; style="rounded"; penwidth=1.4; margin=14;
    R_COMUN [color="#8A8A8A" fillcolor="#232323" fontcolor="#CFC8C0" penwidth=1.5
             label="⚙\ndelegacion-comun  (lib)\nclasificación de costo compartida (fuente ÚNICA):\nla usan delegacion-gate Y delegacion-registrar (⑥)"];
    R_NET   [color="#5B8DBF" penwidth=2.5
             label="💡\nskills .NET (plantilla, específicas de stack)\ncrear-pagina-blazor · migracion-ef · build-produccion ·\nagregar-seed… (usan el ritual cerrar-slice, ⑤)"];
    R_COMUN -> R_NET [style=invis];   // apílalos en columna
  }

  // (El acomodo espacial —normas/referencia DEBAJO de los flujos— se hace en yEd; Graphviz solo fija el CONTENIDO.)
  // (Las referencias a 📜 normas / 💡 skills van como TAG de texto DENTRO del nodo que las invoca — ver labels arriba.)

  // ===== CORRELACIÓN ④↔⑤: la evidencia (1)/(2) que dod-verificar EXIGE es la que cerrar-slice PRODUCE =====

  // ===== CORRELACIÓN ④↔⑤: la evidencia (1)/(2) que dod-verificar EXIGE es la que cerrar-slice PRODUCE =====
  // (adyacentes por el orden de familia → conector corto; constraint=false para no alterar el layout)
  C3 -> G2_D4 [dir=both color="#D97757" style=dashed penwidth=1.4 constraint=false
               label="misma evidencia (1)/(2):\n⑤ la produce · ④ la exige"];
}
